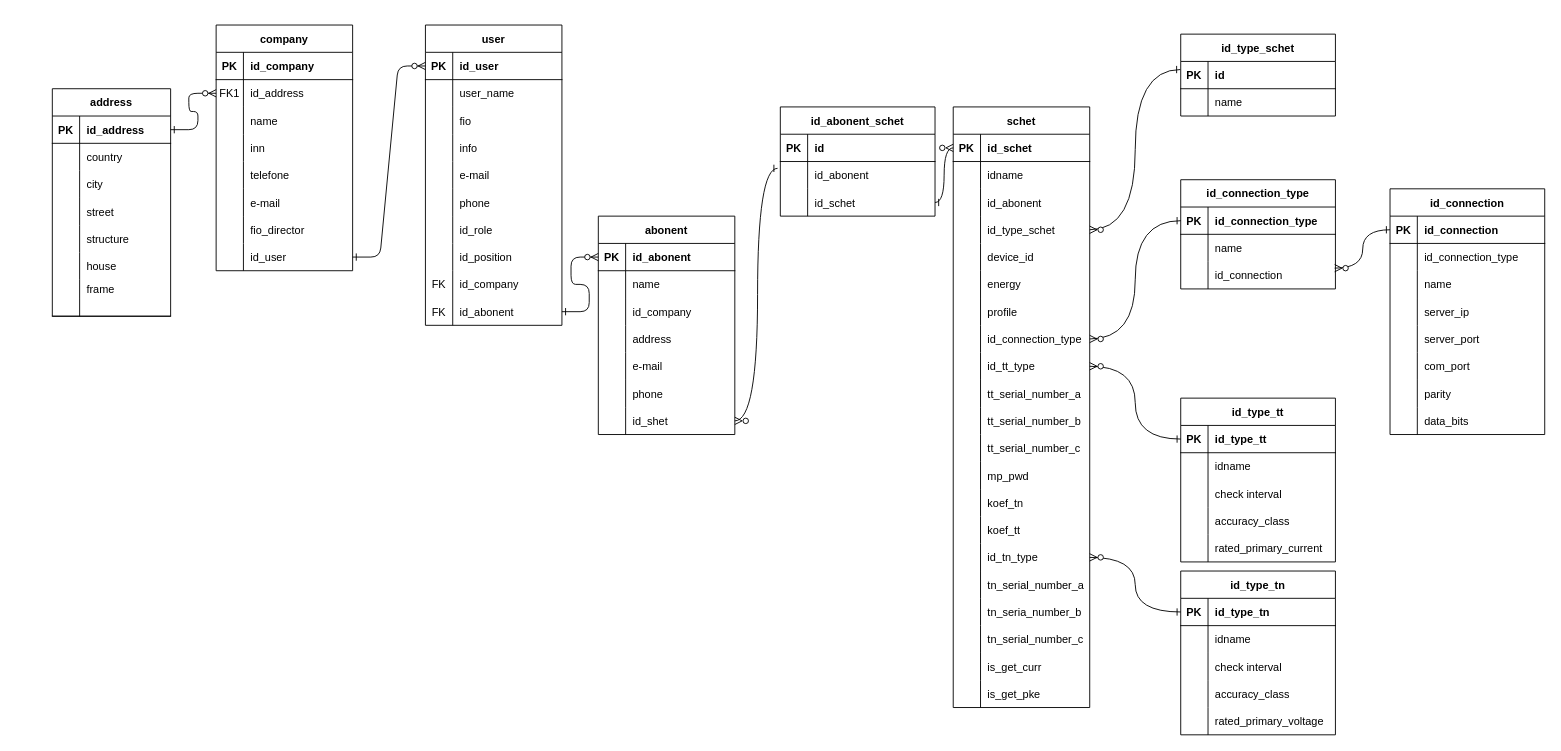
Above: Диаграмма без названия.drawio in Leonid-Shashkin/Postgres (draw.io), before the change. Source tidied: cells renumbered, new cells numbered last; positions are measured from the earlier drawing's top-left corner, leaving out a move shared by most shapes. Both pictures are drawn from the tidied source at 91%, with x=0, y=0 at pixel (52, 25).
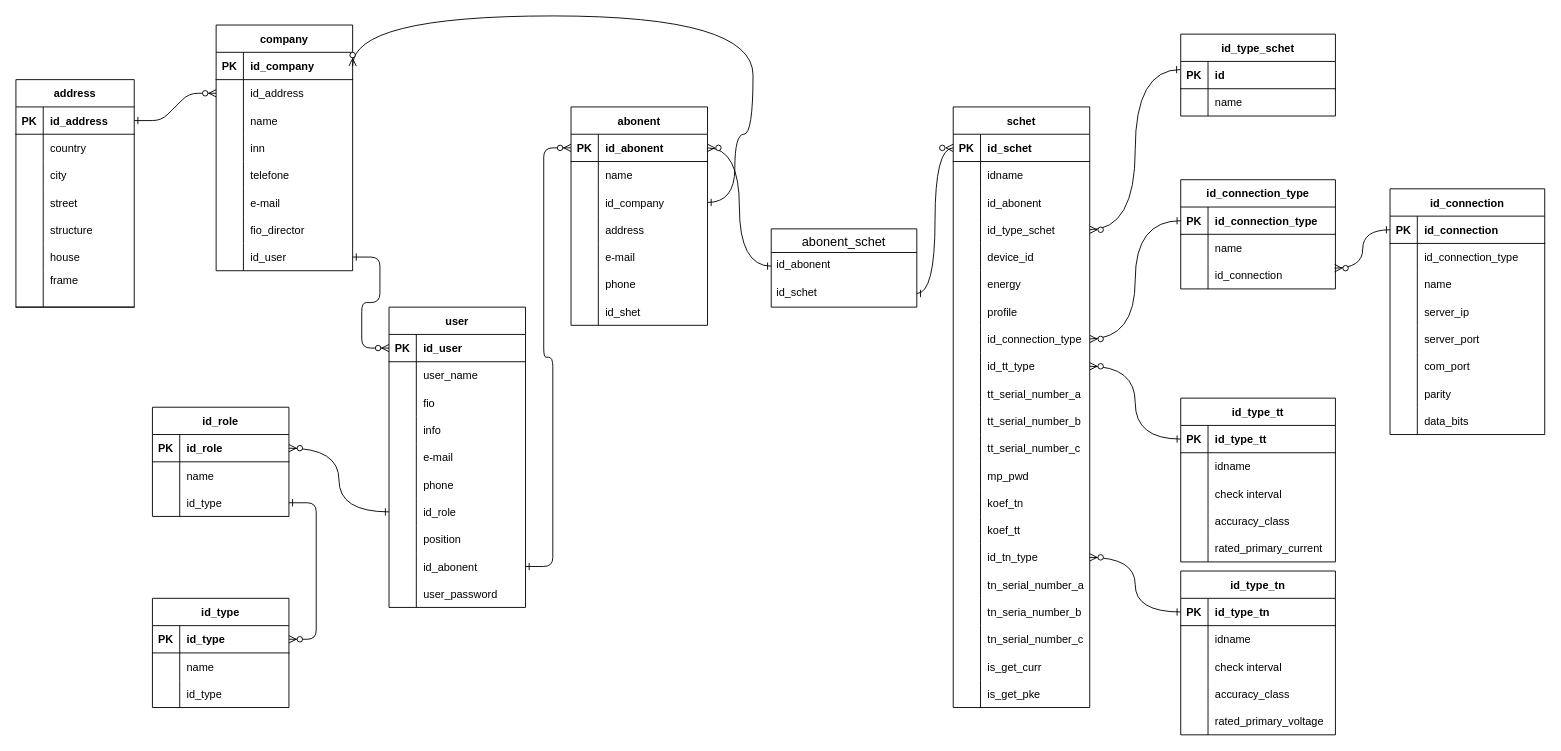
The same diagram, later.

Unchanged cells that the change refers to:
```xml
<mxCell id="5" style="shape=partialRectangle;fillColor=none;points=[[0,0.5],[1,0.5]];portConstraint=eastwest;top=0;left=0;right=0;bottom=1;" parent="4" vertex="1">
  <mxGeometry y="30" width="150" height="30" as="geometry" />
</mxCell>
<mxCell id="8" style="shape=partialRectangle;fillColor=none;points=[[0,0.5],[1,0.5]];portConstraint=eastwest;top=0;left=0;right=0;bottom=0;" parent="4" vertex="1">
  <mxGeometry y="60" width="150" height="30" as="geometry" />
</mxCell>
<mxCell id="48" style="shape=partialRectangle;fillColor=none;points=[[0,0.5],[1,0.5]];portConstraint=eastwest;top=0;left=0;right=0;bottom=0;" parent="29" vertex="1">
  <mxGeometry y="210" width="150" height="30" as="geometry" />
</mxCell>
<mxCell id="51" style="shape=partialRectangle;fillColor=none;top=0;left=0;right=0;bottom=0;" parent="29" vertex="1">
  <mxGeometry y="240" width="150" height="30" as="geometry" />
</mxCell>
<mxCell id="86" style="shape=partialRectangle;fillColor=none;points=[[0,0.5],[1,0.5]];portConstraint=eastwest;top=0;left=0;right=0;bottom=1;" parent="85" vertex="1">
  <mxGeometry y="30" width="150" height="30" as="geometry" />
</mxCell>
<mxCell id="92" style="shape=partialRectangle;fillColor=none;points=[[0,0.5],[1,0.5]];portConstraint=eastwest;top=0;left=0;right=0;bottom=0;" parent="85" vertex="1">
  <mxGeometry y="90" width="150" height="30" as="geometry" />
</mxCell>
<mxCell id="104" style="shape=partialRectangle;fillColor=none;points=[[0,0.5],[1,0.5]];portConstraint=eastwest;top=0;left=0;right=0;bottom=0;" parent="85" vertex="1">
  <mxGeometry y="210" width="150" height="30" as="geometry" />
</mxCell>
<mxCell id="109" style="shape=partialRectangle;fillColor=none;points=[[0,0.5],[1,0.5]];portConstraint=eastwest;top=0;left=0;right=0;bottom=1;" parent="108" vertex="1">
  <mxGeometry y="30" width="150" height="30" as="geometry" />
</mxCell>
```

What changed in the source:
```diff
@@
-    <mxCell id="9" value="FK1" style="shape=partialRectangle;overflow=hidden;fillColor=none;top=0;left=0;bottom=0;right=0;" parent="8" vertex="1">
+    <mxCell id="9" style="shape=partialRectangle;overflow=hidden;fillColor=none;top=0;left=0;bottom=0;right=0;" parent="8" vertex="1">
       <mxGeometry width="30" height="30" as="geometry" />
     </mxCell>
@@
     <mxCell id="29" value="user" style="shape=table;startSize=30;childLayout=tableLayout;rowLines=0;fontStyle=1;align=center;" parent="1" vertex="1">
-      <mxGeometry x="410" width="150" height="330" as="geometry" />
+      <mxGeometry x="370" y="310" width="150" height="330" as="geometry" />
     </mxCell>
@@
-    <mxCell id="53" value="id_position" style="shape=partialRectangle;overflow=hidden;fillColor=none;top=0;left=0;bottom=0;right=0;align=left;spacingLeft=6;" parent="51" vertex="1">
+    <mxCell id="53" value="position" style="shape=partialRectangle;overflow=hidden;fillColor=none;top=0;left=0;bottom=0;right=0;align=left;spacingLeft=6;" parent="51" vertex="1">
       <mxGeometry x="30" width="120" height="30" as="geometry" />
     </mxCell>
-    <mxCell id="54" style="shape=partialRectangle;fillColor=none;top=0;left=0;right=0;bottom=0;" parent="29" vertex="1">
-      <mxGeometry y="270" width="150" height="30" as="geometry" />
-    </mxCell>
-    <mxCell id="55" value="FK" style="shape=partialRectangle;overflow=hidden;fillColor=none;top=0;left=0;bottom=0;right=0;" parent="54" vertex="1">
-      <mxGeometry width="30" height="30" as="geometry" />
-    </mxCell>
-    <mxCell id="56" value="id_company" style="shape=partialRectangle;overflow=hidden;fillColor=none;top=0;left=0;bottom=0;right=0;align=left;spacingLeft=6;" parent="54" vertex="1">
-      <mxGeometry x="30" width="120" height="30" as="geometry" />
-    </mxCell>
     <mxCell id="57" style="shape=partialRectangle;fillColor=none;points=[[0,0.5],[1,0.5]];portConstraint=eastwest;top=0;left=0;right=0;bottom=0;" parent="29" vertex="1">
-      <mxGeometry y="300" width="150" height="30" as="geometry" />
+      <mxGeometry y="270" width="150" height="30" as="geometry" />
     </mxCell>
-    <mxCell id="58" value="FK" style="shape=partialRectangle;overflow=hidden;fillColor=none;top=0;left=0;bottom=0;right=0;" parent="57" vertex="1">
+    <mxCell id="58" style="shape=partialRectangle;overflow=hidden;fillColor=none;top=0;left=0;bottom=0;right=0;" parent="57" vertex="1">
       <mxGeometry width="30" height="30" as="geometry" />
     </mxCell>
@@
+    <mxCell id="263" style="shape=partialRectangle;fillColor=none;top=0;left=0;right=0;bottom=0;" parent="29" vertex="1">
+      <mxGeometry y="300" width="150" height="30" as="geometry" />
+    </mxCell>
+    <mxCell id="264" style="shape=partialRectangle;overflow=hidden;fillColor=none;top=0;left=0;bottom=0;right=0;" parent="263" vertex="1">
+      <mxGeometry width="30" height="30" as="geometry" />
+    </mxCell>
+    <mxCell id="265" value="user_password" style="shape=partialRectangle;overflow=hidden;fillColor=none;top=0;left=0;bottom=0;right=0;align=left;spacingLeft=6;" parent="263" vertex="1">
+      <mxGeometry x="30" width="120" height="30" as="geometry" />
+    </mxCell>
     <mxCell id="60" value="address" style="shape=table;startSize=30;childLayout=tableLayout;rowLines=0;fontStyle=1;align=center;" parent="1" vertex="1">
-      <mxGeometry y="70" width="130" height="250" as="geometry" />
+      <mxGeometry x="-40" y="60" width="130" height="250" as="geometry" />
     </mxCell>
@@
     <mxCell id="85" value="abonent" style="shape=table;startSize=30;childLayout=tableLayout;rowLines=0;fontStyle=1;align=center;" parent="1" vertex="1">
-      <mxGeometry x="600" y="210" width="150" height="240" as="geometry" />
+      <mxGeometry x="570" y="90" width="150" height="240" as="geometry" />
     </mxCell>
@@
-    <mxCell id="172" style="endArrow=ERzeroToMany;startArrow=ERone;endFill=1;startFill=0;edgeStyle=orthogonalEdgeStyle;curved=1;entryX=0;entryY=0.5;entryDx=0;entryDy=0;exitX=1;exitY=0.5;exitDx=0;exitDy=0;" parent="1" edge="1" source="259" target="109">
+    <mxCell id="172" style="endArrow=ERzeroToMany;startArrow=ERone;endFill=1;startFill=0;edgeStyle=orthogonalEdgeStyle;curved=1;entryX=0;entryY=0.5;entryDx=0;entryDy=0;exitX=1;exitY=0.5;exitDx=0;exitDy=0;" parent="1" edge="1" source="261" target="109">
       <mxGeometry relative="1" as="geometry" />
     </mxCell>
@@
-    <mxCell id="252" value="id_abonent_schet" style="shape=table;startSize=30;childLayout=tableLayout;rowLines=0;fontStyle=1;align=center;" parent="1" vertex="1">
-      <mxGeometry x="800" y="90" width="170" height="120" as="geometry" />
-    </mxCell>
-    <mxCell id="253" style="shape=partialRectangle;fillColor=none;top=0;left=0;right=0;bottom=1;" parent="252" vertex="1">
-      <mxGeometry y="30" width="170" height="30" as="geometry" />
-    </mxCell>
-    <mxCell id="254" value="PK" style="shape=partialRectangle;overflow=hidden;fillColor=none;top=0;left=0;bottom=0;right=0;fontStyle=1;" parent="253" vertex="1">
-      <mxGeometry width="30" height="30" as="geometry" />
-    </mxCell>
-    <mxCell id="255" value="id" style="shape=partialRectangle;overflow=hidden;fillColor=none;top=0;left=0;bottom=0;right=0;align=left;spacingLeft=6;fontStyle=1;" parent="253" vertex="1">
-      <mxGeometry x="30" width="140" height="30" as="geometry" />
-    </mxCell>
-    <mxCell id="256" style="shape=partialRectangle;fillColor=none;points=[[0,0.5],[1,0.5]];portConstraint=eastwest;top=0;left=0;right=0;bottom=0;" parent="252" vertex="1">
-      <mxGeometry y="60" width="170" height="30" as="geometry" />
-    </mxCell>
-    <mxCell id="257" style="shape=partialRectangle;overflow=hidden;fillColor=none;top=0;left=0;bottom=0;right=0;" parent="256" vertex="1">
-      <mxGeometry width="30" height="30" as="geometry" />
-    </mxCell>
+    <mxCell id="262" style="edgeStyle=orthogonalEdgeStyle;endArrow=ERzeroToMany;startArrow=ERone;endFill=1;startFill=0;curved=1;exitX=0;exitY=0.5;exitDx=0;exitDy=0;entryX=1;entryY=0.5;entryDx=0;entryDy=0;" parent="1" edge="1" source="258" target="86">
+      <mxGeometry relative="1" as="geometry" />
+    </mxCell>
+    <mxCell id="266" style="edgeStyle=orthogonalEdgeStyle;endArrow=ERzeroToMany;startArrow=ERone;endFill=1;startFill=0;curved=1;exitX=1;exitY=0.5;exitDx=0;exitDy=0;entryX=1;entryY=0.5;entryDx=0;entryDy=0;" parent="1" edge="1" source="92" target="5">
+      <mxGeometry relative="1" as="geometry">
+        <Array as="points">
+          <mxPoint x="750" y="195" />
+          <mxPoint x="750" y="120" />
+          <mxPoint x="770" y="120" />
+          <mxPoint x="770" y="-10" />
+          <mxPoint x="330" y="-10" />
+        </Array>
+      </mxGeometry>
+    </mxCell>
+    <mxCell id="267" value="id_role" style="shape=table;startSize=30;childLayout=tableLayout;rowLines=0;fontStyle=1;align=center;" parent="1" vertex="1">
+      <mxGeometry x="110" y="420" width="150" height="120" as="geometry" />
+    </mxCell>
+    <mxCell id="268" style="shape=partialRectangle;fillColor=none;points=[[0,0.5],[1,0.5]];portConstraint=eastwest;top=0;left=0;right=0;bottom=1;" parent="267" vertex="1">
+      <mxGeometry y="30" width="150" height="30" as="geometry" />
+    </mxCell>
+    <mxCell id="269" value="PK" style="shape=partialRectangle;overflow=hidden;fillColor=none;top=0;left=0;bottom=0;right=0;fontStyle=1;" parent="268" vertex="1">
+      <mxGeometry width="30" height="30" as="geometry" />
+    </mxCell>
+    <mxCell id="270" value="id_role" style="shape=partialRectangle;overflow=hidden;fillColor=none;top=0;left=0;bottom=0;right=0;align=left;spacingLeft=6;fontStyle=1;" parent="268" vertex="1">
+      <mxGeometry x="30" width="120" height="30" as="geometry" />
+    </mxCell>
+    <mxCell id="271" style="shape=partialRectangle;fillColor=none;top=0;left=0;right=0;bottom=0;" parent="267" vertex="1">
+      <mxGeometry y="60" width="150" height="30" as="geometry" />
+    </mxCell>
+    <mxCell id="272" style="shape=partialRectangle;overflow=hidden;fillColor=none;top=0;left=0;bottom=0;right=0;" parent="271" vertex="1">
+      <mxGeometry width="30" height="30" as="geometry" />
+    </mxCell>
+    <mxCell id="273" value="name" style="shape=partialRectangle;overflow=hidden;fillColor=none;top=0;left=0;bottom=0;right=0;align=left;spacingLeft=6;" parent="271" vertex="1">
+      <mxGeometry x="30" width="120" height="30" as="geometry" />
+    </mxCell>
+    <mxCell id="274" style="shape=partialRectangle;fillColor=none;points=[[0,0.5],[1,0.5]];portConstraint=eastwest;top=0;left=0;right=0;bottom=0;" parent="267" vertex="1">
+      <mxGeometry y="90" width="150" height="30" as="geometry" />
+    </mxCell>
+    <mxCell id="275" style="shape=partialRectangle;overflow=hidden;fillColor=none;top=0;left=0;bottom=0;right=0;" parent="274" vertex="1">
+      <mxGeometry width="30" height="30" as="geometry" />
+    </mxCell>
+    <mxCell id="276" value="id_type" style="shape=partialRectangle;overflow=hidden;fillColor=none;top=0;left=0;bottom=0;right=0;align=left;spacingLeft=6;" parent="274" vertex="1">
+      <mxGeometry x="30" width="120" height="30" as="geometry" />
+    </mxCell>
+    <mxCell id="277" value="id_type" style="shape=table;startSize=30;childLayout=tableLayout;rowLines=0;fontStyle=1;align=center;" parent="1" vertex="1">
+      <mxGeometry x="110" y="630" width="150" height="120" as="geometry" />
+    </mxCell>
+    <mxCell id="278" style="shape=partialRectangle;fillColor=none;points=[[0,0.5],[1,0.5]];portConstraint=eastwest;top=0;left=0;right=0;bottom=1;" parent="277" vertex="1">
+      <mxGeometry y="30" width="150" height="30" as="geometry" />
+    </mxCell>
+    <mxCell id="279" value="PK" style="shape=partialRectangle;overflow=hidden;fillColor=none;top=0;left=0;bottom=0;right=0;fontStyle=1;" parent="278" vertex="1">
+      <mxGeometry width="30" height="30" as="geometry" />
+    </mxCell>
+    <mxCell id="280" value="id_type" style="shape=partialRectangle;overflow=hidden;fillColor=none;top=0;left=0;bottom=0;right=0;align=left;spacingLeft=6;fontStyle=1;" parent="278" vertex="1">
+      <mxGeometry x="30" width="120" height="30" as="geometry" />
+    </mxCell>
+    <mxCell id="281" style="shape=partialRectangle;fillColor=none;top=0;left=0;right=0;bottom=0;" parent="277" vertex="1">
+      <mxGeometry y="60" width="150" height="30" as="geometry" />
+    </mxCell>
+    <mxCell id="282" style="shape=partialRectangle;overflow=hidden;fillColor=none;top=0;left=0;bottom=0;right=0;" parent="281" vertex="1">
+      <mxGeometry width="30" height="30" as="geometry" />
+    </mxCell>
+    <mxCell id="283" value="name" style="shape=partialRectangle;overflow=hidden;fillColor=none;top=0;left=0;bottom=0;right=0;align=left;spacingLeft=6;" parent="281" vertex="1">
+      <mxGeometry x="30" width="120" height="30" as="geometry" />
+    </mxCell>
+    <mxCell id="284" style="shape=partialRectangle;fillColor=none;top=0;left=0;right=0;bottom=0;" parent="277" vertex="1">
+      <mxGeometry y="90" width="150" height="30" as="geometry" />
+    </mxCell>
+    <mxCell id="285" style="shape=partialRectangle;overflow=hidden;fillColor=none;top=0;left=0;bottom=0;right=0;" parent="284" vertex="1">
+      <mxGeometry width="30" height="30" as="geometry" />
+    </mxCell>
+    <mxCell id="286" value="id_type" style="shape=partialRectangle;overflow=hidden;fillColor=none;top=0;left=0;bottom=0;right=0;align=left;spacingLeft=6;" parent="284" vertex="1">
+      <mxGeometry x="30" width="120" height="30" as="geometry" />
+    </mxCell>
+    <mxCell id="287" style="edgeStyle=orthogonalEdgeStyle;endArrow=ERzeroToMany;startArrow=ERone;endFill=1;startFill=0;curved=1;exitX=0;exitY=0.5;exitDx=0;exitDy=0;entryX=1;entryY=0.5;entryDx=0;entryDy=0;" parent="1" edge="1" source="48" target="268">
+      <mxGeometry relative="1" as="geometry" />
+    </mxCell>
+    <mxCell id="288" style="edgeStyle=entityRelationEdgeStyle;endArrow=ERzeroToMany;startArrow=ERone;endFill=1;startFill=0;entryX=1;entryY=0.5;entryDx=0;entryDy=0;exitX=1;exitY=0.5;exitDx=0;exitDy=0;" parent="1" edge="1" source="274" target="278">
+      <mxGeometry relative="1" as="geometry" />
+    </mxCell>
+    <mxCell id="289" value="abonent_schet" style="swimlane;fontStyle=0;horizontal=1;startSize=26;align=center;fontSize=14;" parent="1" vertex="1">
+      <mxGeometry x="790" y="224" width="160" height="86" as="geometry" />
+    </mxCell>
-    <mxCell id="258" value="id_abonent" style="shape=partialRectangle;overflow=hidden;fillColor=none;top=0;left=0;bottom=0;right=0;align=left;spacingLeft=6;" parent="256" vertex="1">
-      <mxGeometry x="30" width="140" height="30" as="geometry" />
+    <mxCell id="258" value="id_abonent" style="text;strokeColor=none;fillColor=none;spacingLeft=4;spacingRight=4;overflow=hidden;points=[[0,0.5],[1,0.5]];portConstraint=eastwest;fontSize=12;whiteSpace=wrap;html=1;" parent="289" vertex="1">
+      <mxGeometry y="26" width="160" height="30" as="geometry" />
     </mxCell>
-    <mxCell id="259" style="shape=partialRectangle;fillColor=none;points=[[0,0.5],[1,0.5]];portConstraint=eastwest;top=0;left=0;right=0;bottom=0;" parent="252" vertex="1">
-      <mxGeometry y="90" width="170" height="30" as="geometry" />
-    </mxCell>
-    <mxCell id="260" style="shape=partialRectangle;overflow=hidden;fillColor=none;top=0;left=0;bottom=0;right=0;" parent="259" vertex="1">
-      <mxGeometry width="30" height="30" as="geometry" />
-    </mxCell>
-    <mxCell id="261" value="id_schet" style="shape=partialRectangle;overflow=hidden;fillColor=none;top=0;left=0;bottom=0;right=0;align=left;spacingLeft=6;" parent="259" vertex="1">
-      <mxGeometry x="30" width="140" height="30" as="geometry" />
+    <mxCell id="261" value="id_schet" style="text;strokeColor=none;fillColor=none;spacingLeft=4;spacingRight=4;overflow=hidden;points=[[0,0.5],[1,0.5]];portConstraint=eastwest;fontSize=12;whiteSpace=wrap;html=1;" parent="289" vertex="1">
+      <mxGeometry y="56" width="160" height="30" as="geometry" />
     </mxCell>
-    <mxCell id="262" style="edgeStyle=orthogonalEdgeStyle;endArrow=ERzeroToMany;startArrow=ERone;endFill=1;startFill=0;curved=1;exitX=-0.018;exitY=0.25;exitDx=0;exitDy=0;exitPerimeter=0;entryX=1;entryY=0.5;entryDx=0;entryDy=0;" parent="1" edge="1" source="256" target="104">
-      <mxGeometry relative="1" as="geometry" />
-    </mxCell>
```
